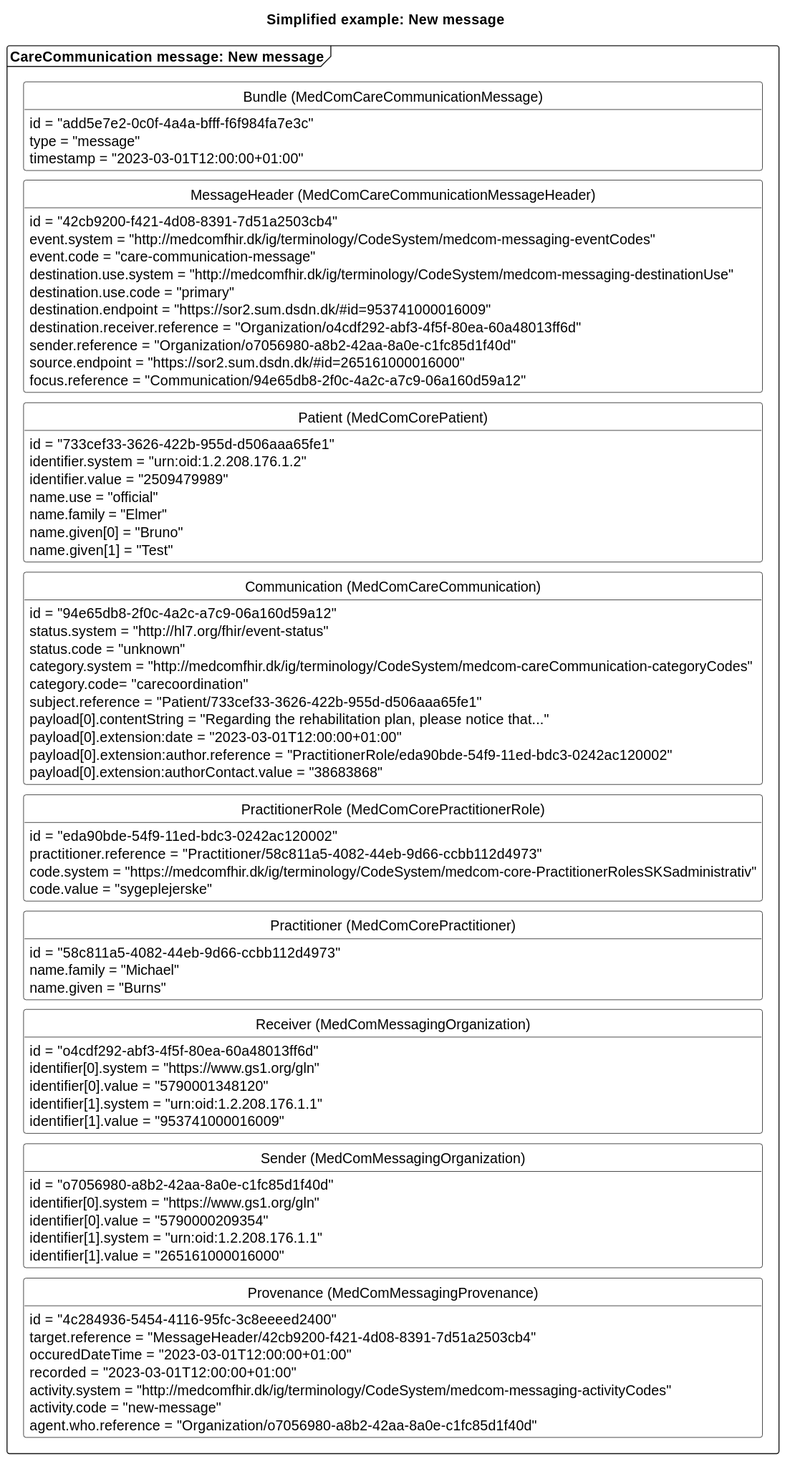
Earlier version of the PlantUML export input/images/carecommunication/CCNewMessage.svg (medcomdk/dk-medcom-carecommunication).
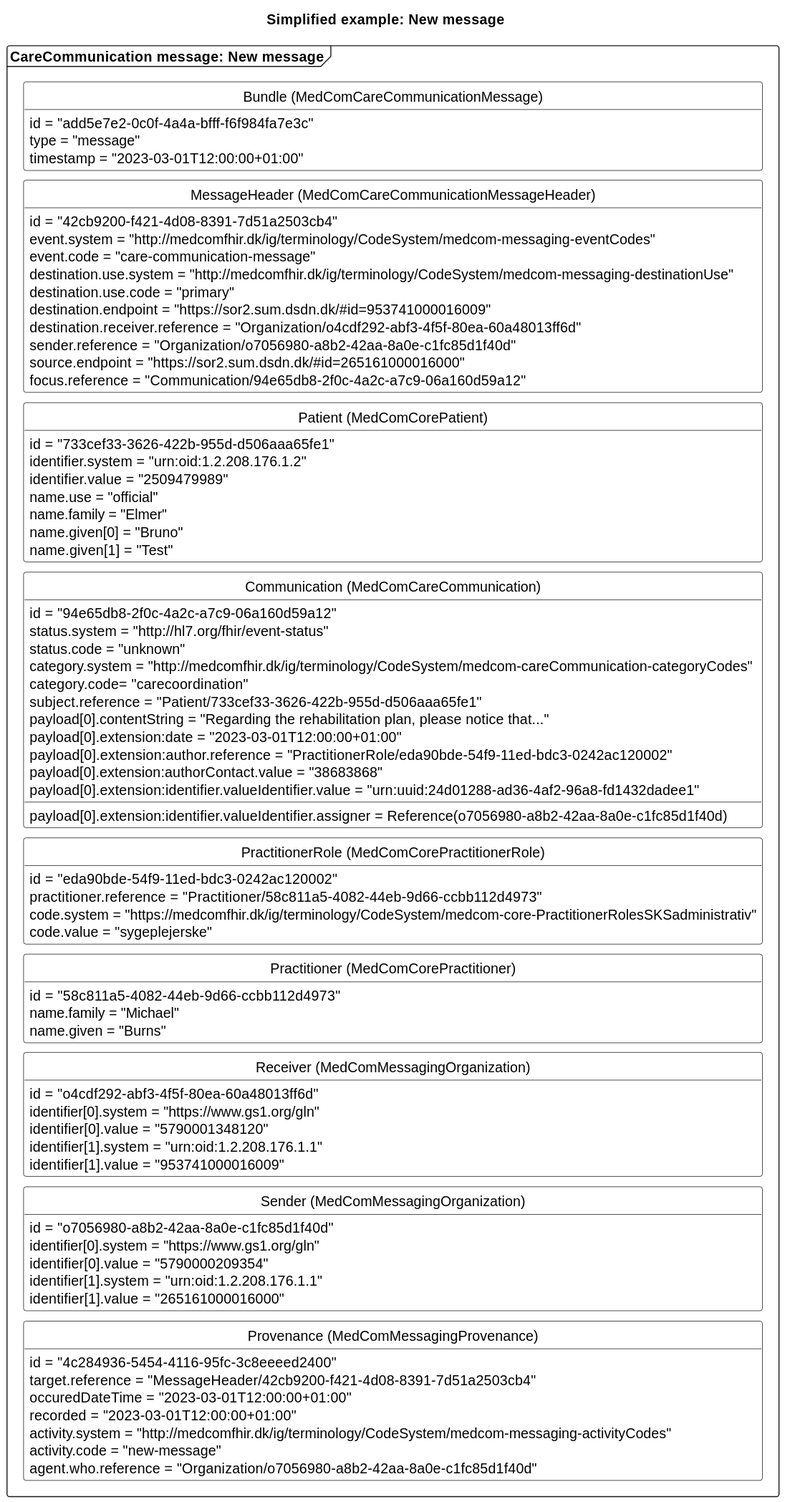
The same diagram one commit later.

What changed in the source:
```diff
@@ -51,6 +51,8 @@
         payload[0].extension:date = "2023-03-01T12:00:00+01:00"
         payload[0].extension:author.reference = "PractitionerRole/eda90bde-54f9-11ed-bdc3-0242ac120002"
         payload[0].extension:authorContact.value = "38683868"
+        payload[0].extension:identifier.valueIdentifier.value = "urn:uuid:24d01288-ad36-4af2-96a8-fd1432dadee1"
+        payload[0].extension:identifier.valueIdentifier.assigner = Reference(o7056980-a8b2-42aa-8a0e-c1fc85d1f40d)
     }
     class "PractitionerRole (MedComCorePractitionerRole)" as newPracR{
         id = "eda90bde-54f9-11ed-bdc3-0242ac120002"
```
